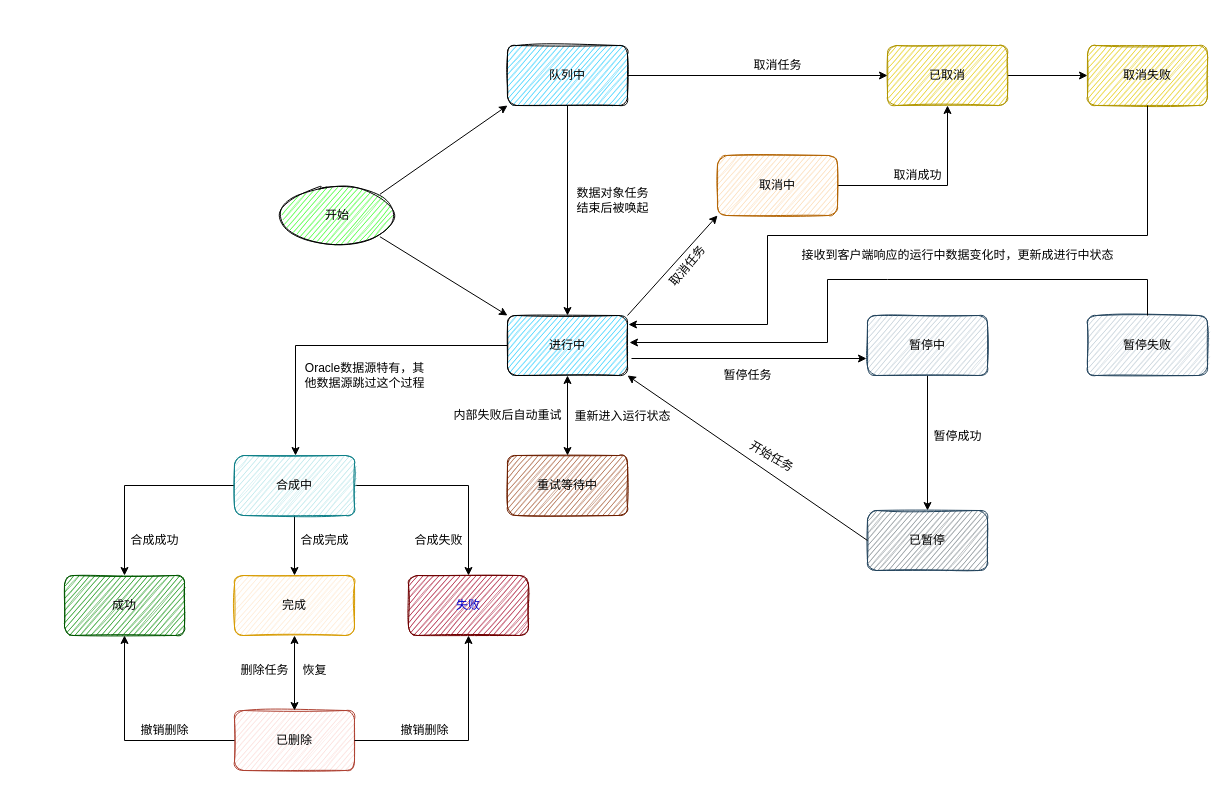
The draw.io diagram Untitled Diagram.drawio in maqinzhang/diagrams, before the edit. Source tidied: cells renumbered, new cells numbered last; positions are measured from the earlier drawing's top-left corner, leaving out a move shared by most shapes. Both pictures are drawn from the tidied source at 100%, with x=0, y=0 at pixel (64, 45).
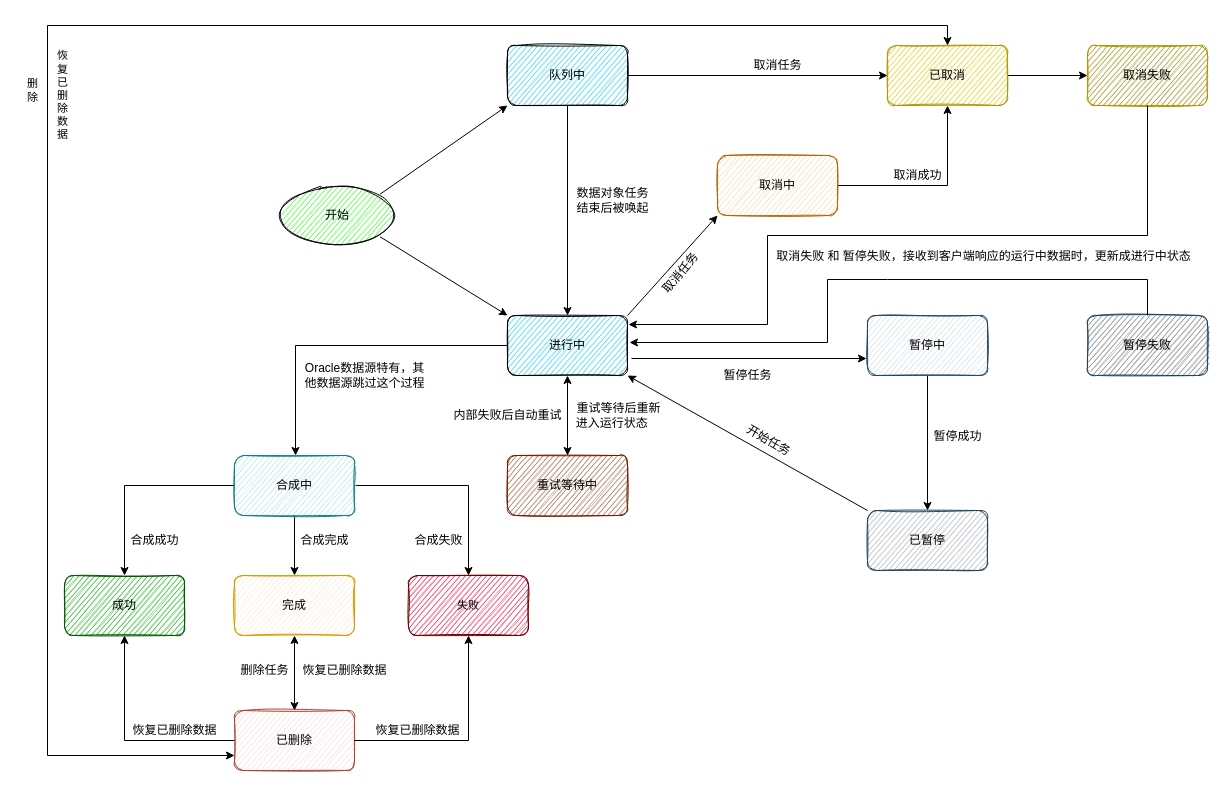
After the change.

Commit message:
task status

The change refers to these unchanged cells:
```xml
<mxCell id="4" value="进行中" style="rounded=1;whiteSpace=wrap;html=1;sketch=1;fillColor=#1FCBFF;" parent="1" vertex="1">
  <mxGeometry x="443" y="270" width="120" height="60" as="geometry" />
</mxCell>
<mxCell id="19" value="已取消" style="whiteSpace=wrap;html=1;fillColor=#e3c800;strokeColor=#B09500;fontColor=#000000;rounded=1;sketch=1;" parent="1" vertex="1">
  <mxGeometry x="823" width="120" height="60" as="geometry" />
</mxCell>
<mxCell id="34" value="已删除" style="whiteSpace=wrap;html=1;fillColor=#fad9d5;rounded=1;sketch=1;strokeColor=#ae4132;" parent="1" vertex="1">
  <mxGeometry x="170" y="665" width="120" height="60" as="geometry" />
</mxCell>
```

Change to the diagram source:
```diff
@@
     <mxCell id="17" value="取消任务" style="text;html=1;align=center;verticalAlign=middle;strokeColor=none;fillColor=none;rotation=-50;" parent="1" vertex="1">
-      <mxGeometry x="593" y="211" width="60" height="20" as="geometry" />
+      <mxGeometry x="586" y="218" width="60" height="20" as="geometry" />
     </mxCell>
@@
-    <mxCell id="24" value="&lt;font color=&quot;#000000&quot;&gt;成功&lt;/font&gt;" style="whiteSpace=wrap;html=1;fillColor=#008a00;rounded=1;sketch=1;strokeColor=#005700;fontColor=#ffffff;" parent="1" vertex="1">
+    <mxCell id="24" value="&lt;font color=&quot;#000000&quot;&gt;成功&lt;/font&gt;" style="whiteSpace=wrap;html=1;fillColor=#00AB00;rounded=1;sketch=1;strokeColor=#005700;fontColor=#ffffff;" parent="1" vertex="1">
       <mxGeometry y="530" width="120" height="60" as="geometry" />
     </mxCell>
-    <mxCell id="25" value="&lt;span&gt;&#9;&lt;/span&gt;完成" style="whiteSpace=wrap;html=1;fillColor=#ffe6cc;rounded=1;sketch=1;strokeColor=#d79b00;" parent="1" vertex="1">
+    <mxCell id="25" value="&lt;span&gt; &lt;/span&gt;完成" style="whiteSpace=wrap;html=1;fillColor=#ffe6cc;rounded=1;sketch=1;strokeColor=#d79b00;" parent="1" vertex="1">
       <mxGeometry x="170" y="530" width="120" height="60" as="geometry" />
     </mxCell>
-    <mxCell id="26" value="&lt;font color=&quot;#0000cc&quot;&gt;失败&lt;/font&gt;" style="whiteSpace=wrap;html=1;fillColor=#a20025;rounded=1;sketch=1;fontColor=#ffffff;strokeColor=#6F0000;" parent="1" vertex="1">
+    <mxCell id="26" value="&lt;font color=&quot;#000000&quot; style=&quot;font-size: 11px&quot;&gt;失败&lt;/font&gt;" style="whiteSpace=wrap;html=1;fillColor=#F00037;rounded=1;sketch=1;fontColor=#ffffff;strokeColor=#6F0000;" parent="1" vertex="1">
       <mxGeometry x="344" y="530" width="120" height="60" as="geometry" />
     </mxCell>
@@
-    <mxCell id="28" value="&lt;span&gt;&#9;&lt;/span&gt;暂停中" style="rounded=1;whiteSpace=wrap;html=1;sketch=1;fillColor=#bac8d3;strokeColor=#23445d;" parent="1" vertex="1">
+    <mxCell id="28" value="&lt;span&gt; &lt;/span&gt;暂停中" style="rounded=1;whiteSpace=wrap;html=1;sketch=1;fillColor=#CDDCE8;strokeColor=#23445d;" parent="1" vertex="1">
       <mxGeometry x="803" y="270" width="120" height="60" as="geometry" />
     </mxCell>
-    <mxCell id="29" value="已暂停" style="rounded=1;whiteSpace=wrap;html=1;sketch=1;fillColor=#778087;strokeColor=#23445d;gradientColor=none;" parent="1" vertex="1">
+    <mxCell id="29" value="已暂停" style="rounded=1;whiteSpace=wrap;html=1;sketch=1;fillColor=#A2AEB8;strokeColor=#23445d;gradientColor=none;" parent="1" vertex="1">
       <mxGeometry x="803" y="465" width="120" height="60" as="geometry" />
     </mxCell>
@@
-    <mxCell id="31" style="endArrow=classic;html=1;rounded=0;fontColor=#000000;entryX=1;entryY=1;entryDx=0;entryDy=0;exitX=0;exitY=0.5;exitDx=0;exitDy=0;" parent="1" edge="1" source="29" target="4">
+    <mxCell id="31" style="endArrow=classic;html=1;rounded=0;fontColor=#000000;entryX=1;entryY=1;entryDx=0;entryDy=0;exitX=0;exitY=0;exitDx=0;exitDy=0;" parent="1" edge="1" source="29" target="4">
       <mxGeometry relative="1" as="geometry" />
     </mxCell>
@@
     <mxCell id="33" value="开始任务" style="text;html=1;align=center;verticalAlign=middle;strokeColor=none;fillColor=none;fontColor=#000000;rotation=30;" parent="1" vertex="1">
-      <mxGeometry x="677" y="401" width="60" height="20" as="geometry" />
+      <mxGeometry x="674" y="385" width="60" height="20" as="geometry" />
     </mxCell>
@@
-    <mxCell id="37" value="撤销删除" style="text;html=1;align=center;verticalAlign=middle;strokeColor=none;fillColor=none;fontColor=#000000;" parent="1" vertex="1">
-      <mxGeometry x="330" y="675" width="60" height="20" as="geometry" />
+    <mxCell id="37" value="恢复已删除数据" style="text;html=1;align=center;verticalAlign=middle;strokeColor=none;fillColor=none;fontColor=#000000;" parent="1" vertex="1">
+      <mxGeometry x="303" y="675" width="100" height="20" as="geometry" />
     </mxCell>
-    <mxCell id="38" value="撤销删除" style="text;html=1;align=center;verticalAlign=middle;strokeColor=none;fillColor=none;fontColor=#000000;" parent="1" vertex="1">
-      <mxGeometry x="70" y="675" width="60" height="20" as="geometry" />
+    <mxCell id="38" value="恢复已删除数据" style="text;html=1;align=center;verticalAlign=middle;strokeColor=none;fillColor=none;fontColor=#000000;" parent="1" vertex="1">
+      <mxGeometry x="60" y="675" width="100" height="20" as="geometry" />
     </mxCell>
@@
-    <mxCell id="41" value="恢复" style="text;html=1;align=center;verticalAlign=middle;strokeColor=none;fillColor=none;fontColor=#000000;" parent="1" vertex="1">
-      <mxGeometry x="230" y="615" width="40" height="20" as="geometry" />
+    <mxCell id="41" value="恢复已删除数据" style="text;html=1;align=center;verticalAlign=middle;strokeColor=none;fillColor=none;fontColor=#000000;" parent="1" vertex="1">
+      <mxGeometry x="230" y="615" width="100" height="20" as="geometry" />
     </mxCell>
@@
-    <mxCell id="49" value="重新进入运行状态" style="text;html=1;align=center;verticalAlign=middle;strokeColor=none;fillColor=none;fontColor=#000000;" parent="1" vertex="1">
-      <mxGeometry x="503" y="361" width="110" height="20" as="geometry" />
+    <mxCell id="49" value="重试等待后重新&lt;br&gt;进入运行状态&amp;nbsp; &amp;nbsp;&amp;nbsp;" style="text;html=1;align=center;verticalAlign=middle;strokeColor=none;fillColor=none;fontColor=#000000;" parent="1" vertex="1">
+      <mxGeometry x="504" y="355" width="100" height="30" as="geometry" />
     </mxCell>
-    <mxCell id="50" value="暂停失败" style="rounded=1;whiteSpace=wrap;html=1;sketch=1;fillColor=#bac8d3;strokeColor=#23445d;" parent="1" vertex="1">
+    <mxCell id="50" value="暂停失败" style="rounded=1;whiteSpace=wrap;html=1;sketch=1;fillColor=#666E73;strokeColor=#23445d;" parent="1" vertex="1">
       <mxGeometry x="1023" y="270" width="120" height="60" as="geometry" />
     </mxCell>
-    <mxCell id="51" value="取消失败" style="whiteSpace=wrap;html=1;fillColor=#e3c800;strokeColor=#B09500;fontColor=#000000;rounded=1;sketch=1;" parent="1" vertex="1">
+    <mxCell id="51" value="取消失败" style="whiteSpace=wrap;html=1;fillColor=#968500;strokeColor=#B09500;fontColor=#000000;rounded=1;sketch=1;" parent="1" vertex="1">
       <mxGeometry x="1023" width="120" height="60" as="geometry" />
     </mxCell>
@@
-    <mxCell id="54" value="接收到客户端响应的运行中数据变化时，更新成进行中状态" style="text;html=1;align=center;verticalAlign=middle;strokeColor=none;fillColor=none;fontColor=#000000;" parent="1" vertex="1">
-      <mxGeometry x="728" y="200" width="330" height="20" as="geometry" />
+    <mxCell id="54" value="取消失败 和 暂停失败，接收到客户端响应的运行中数据时，更新成进行中状态" style="text;html=1;align=center;verticalAlign=middle;strokeColor=none;fillColor=none;fontColor=#000000;" parent="1" vertex="1">
+      <mxGeometry x="704" y="201" width="430" height="20" as="geometry" />
     </mxCell>
+    <mxCell id="55" style="endArrow=classic;startArrow=classic;html=1;rounded=0;fontSize=11;fontColor=#CC0066;entryX=0.5;entryY=0;entryDx=0;entryDy=0;exitX=0;exitY=0.75;exitDx=0;exitDy=0;" parent="1" edge="1" source="34" target="19">
+      <mxGeometry relative="1" as="geometry">
+        <Array as="points">
+          <mxPoint x="-17" y="710" />
+          <mxPoint x="-17" y="-20" />
+          <mxPoint x="883" y="-20" />
+        </Array>
+      </mxGeometry>
+    </mxCell>
+    <mxCell id="56" value="&lt;font color=&quot;#000000&quot;&gt;恢&lt;br&gt;复&lt;br&gt;已&lt;br&gt;删&lt;br&gt;除&lt;br&gt;数&lt;br&gt;据&lt;/font&gt;" style="text;html=1;align=center;verticalAlign=middle;strokeColor=none;fillColor=none;fontSize=11;fontColor=#CC0066;" parent="1" vertex="1">
+      <mxGeometry x="-17" width="30" height="100" as="geometry" />
+    </mxCell>
+    <mxCell id="57" value="&lt;font color=&quot;#000000&quot;&gt;删&lt;br&gt;除&lt;/font&gt;" style="text;html=1;align=center;verticalAlign=middle;strokeColor=none;fillColor=none;fontSize=11;fontColor=#CC0066;" parent="1" vertex="1">
+      <mxGeometry x="-47" y="30" width="30" height="30" as="geometry" />
+    </mxCell>
```
